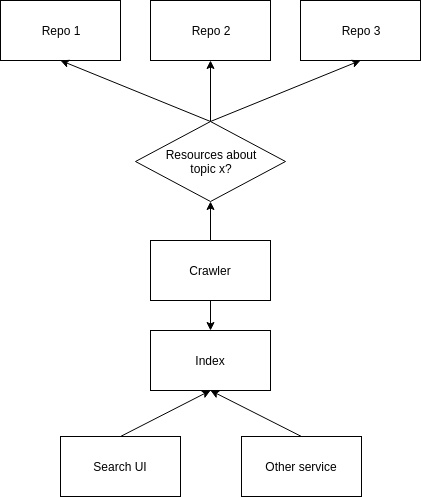
The draw.io diagram images/2019-05-15-skohub/repo-approach.png in hbz/lobid-blog, before a commit. Source tidied: cells renumbered, new cells last; positions are measured from the earlier drawing's top-left corner, leaving out a move shared by most shapes. Its diagram source:
```xml
<mxGraphModel>
  <root>
    <mxCell id="0" />
    <mxCell id="1" parent="0" />
    <mxCell id="2" value="Repo 1" style="rounded=0;whiteSpace=wrap;html=1;" parent="1" vertex="1">
      <mxGeometry width="120" height="60" as="geometry" />
    </mxCell>
    <mxCell id="3" value="Repo 2&lt;br&gt;" style="rounded=0;whiteSpace=wrap;html=1;" parent="1" vertex="1">
      <mxGeometry x="150" width="120" height="60" as="geometry" />
    </mxCell>
    <mxCell id="4" value="Repo 3&lt;br&gt;" style="rounded=0;whiteSpace=wrap;html=1;" parent="1" vertex="1">
      <mxGeometry x="300" width="120" height="60" as="geometry" />
    </mxCell>
    <mxCell id="5" style="rounded=0;jettySize=auto;html=1;exitX=0.5;exitY=0;exitDx=0;exitDy=0;entryX=0.5;entryY=1;entryDx=0;entryDy=0;" parent="1" edge="1" source="8" target="2">
      <mxGeometry relative="1" as="geometry" />
    </mxCell>
    <mxCell id="6" style="edgeStyle=none;rounded=0;jettySize=auto;html=1;exitX=0.5;exitY=0;exitDx=0;exitDy=0;entryX=0.5;entryY=1;entryDx=0;entryDy=0;" parent="1" edge="1" source="8" target="3">
      <mxGeometry relative="1" as="geometry" />
    </mxCell>
    <mxCell id="7" style="edgeStyle=none;rounded=0;jettySize=auto;html=1;exitX=0.5;exitY=0;exitDx=0;exitDy=0;entryX=0.5;entryY=1;entryDx=0;entryDy=0;" parent="1" edge="1" source="8" target="4">
      <mxGeometry relative="1" as="geometry" />
    </mxCell>
    <mxCell id="8" value="Resources about&lt;br&gt;topic x?&lt;br&gt;" style="rhombus;whiteSpace=wrap;html=1;" parent="1" vertex="1">
      <mxGeometry x="135" y="121" width="150" height="80" as="geometry" />
    </mxCell>
    <mxCell id="9" style="edgeStyle=none;rounded=0;jettySize=auto;html=1;exitX=0.5;exitY=0;exitDx=0;exitDy=0;entryX=0.5;entryY=1;entryDx=0;entryDy=0;" parent="1" edge="1" source="11" target="8">
      <mxGeometry relative="1" as="geometry" />
    </mxCell>
    <mxCell id="10" style="edgeStyle=none;rounded=0;jettySize=auto;html=1;exitX=0.5;exitY=1;exitDx=0;exitDy=0;entryX=0.5;entryY=0;entryDx=0;entryDy=0;" parent="1" edge="1" source="11" target="12">
      <mxGeometry relative="1" as="geometry" />
    </mxCell>
    <mxCell id="11" value="Crawler" style="rounded=0;whiteSpace=wrap;html=1;" parent="1" vertex="1">
      <mxGeometry x="150" y="240" width="120" height="60" as="geometry" />
    </mxCell>
    <mxCell id="12" value="Index" style="rounded=0;whiteSpace=wrap;html=1;" parent="1" vertex="1">
      <mxGeometry x="150" y="330" width="120" height="60" as="geometry" />
    </mxCell>
    <mxCell id="13" style="edgeStyle=none;rounded=0;jettySize=auto;html=1;exitX=0.5;exitY=0;exitDx=0;exitDy=0;entryX=0.5;entryY=1;entryDx=0;entryDy=0;" parent="1" edge="1" source="14" target="12">
      <mxGeometry relative="1" as="geometry" />
    </mxCell>
    <mxCell id="14" value="Search UI" style="rounded=0;whiteSpace=wrap;html=1;" parent="1" vertex="1">
      <mxGeometry x="60" y="436" width="120" height="60" as="geometry" />
    </mxCell>
    <mxCell id="15" style="edgeStyle=none;rounded=0;jettySize=auto;html=1;exitX=0.5;exitY=0;exitDx=0;exitDy=0;entryX=0.5;entryY=1;entryDx=0;entryDy=0;" parent="1" edge="1" source="16" target="12">
      <mxGeometry relative="1" as="geometry" />
    </mxCell>
    <mxCell id="16" value="Other service" style="rounded=0;whiteSpace=wrap;html=1;" parent="1" vertex="1">
      <mxGeometry x="241" y="436" width="120" height="60" as="geometry" />
    </mxCell>
  </root>
</mxGraphModel>
```
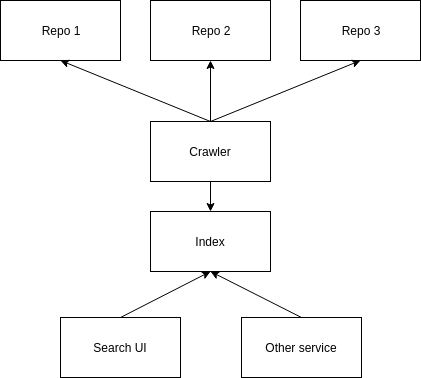
The same file after the commit.

Commit message:
Add an advantage and some phrasing improvements

What changed in the source:
```diff
@@ -3,29 +3,29 @@
     <mxCell id="0" />
     <mxCell id="1" parent="0" />
     <mxCell id="2" value="Repo 1" style="rounded=0;whiteSpace=wrap;html=1;" parent="1" vertex="1">
-      <mxGeometry width="120" height="60" as="geometry" />
+      <mxGeometry y="119" width="120" height="60" as="geometry" />
     </mxCell>
     <mxCell id="3" value="Repo 2&lt;br&gt;" style="rounded=0;whiteSpace=wrap;html=1;" parent="1" vertex="1">
-      <mxGeometry x="150" width="120" height="60" as="geometry" />
+      <mxGeometry x="150" y="119" width="120" height="60" as="geometry" />
     </mxCell>
     <mxCell id="4" value="Repo 3&lt;br&gt;" style="rounded=0;whiteSpace=wrap;html=1;" parent="1" vertex="1">
-      <mxGeometry x="300" width="120" height="60" as="geometry" />
+      <mxGeometry x="300" y="119" width="120" height="60" as="geometry" />
     </mxCell>
-    <mxCell id="5" style="rounded=0;jettySize=auto;html=1;exitX=0.5;exitY=0;exitDx=0;exitDy=0;entryX=0.5;entryY=1;entryDx=0;entryDy=0;" parent="1" edge="1" source="8" target="2">
-      <mxGeometry relative="1" as="geometry" />
+    <mxCell id="5" style="rounded=0;jettySize=auto;html=1;entryX=0.5;entryY=1;entryDx=0;entryDy=0;" parent="1" edge="1" target="2">
+      <mxGeometry relative="1" as="geometry">
+        <mxPoint x="210" y="240" as="sourcePoint" />
+      </mxGeometry>
     </mxCell>
-    <mxCell id="6" style="edgeStyle=none;rounded=0;jettySize=auto;html=1;exitX=0.5;exitY=0;exitDx=0;exitDy=0;entryX=0.5;entryY=1;entryDx=0;entryDy=0;" parent="1" edge="1" source="8" target="3">
-      <mxGeometry relative="1" as="geometry" />
+    <mxCell id="6" style="edgeStyle=none;rounded=0;jettySize=auto;html=1;exitX=0.5;exitY=0;exitDx=0;exitDy=0;entryX=0.5;entryY=1;entryDx=0;entryDy=0;" parent="1" edge="1" target="3">
+      <mxGeometry relative="1" as="geometry">
+        <mxPoint x="210" y="240" as="sourcePoint" />
+      </mxGeometry>
     </mxCell>
-    <mxCell id="7" style="edgeStyle=none;rounded=0;jettySize=auto;html=1;exitX=0.5;exitY=0;exitDx=0;exitDy=0;entryX=0.5;entryY=1;entryDx=0;entryDy=0;" parent="1" edge="1" source="8" target="4">
-      <mxGeometry relative="1" as="geometry" />
+    <mxCell id="7" style="edgeStyle=none;rounded=0;jettySize=auto;html=1;exitX=0.5;exitY=0;exitDx=0;exitDy=0;entryX=0.5;entryY=1;entryDx=0;entryDy=0;" parent="1" edge="1" target="4">
+      <mxGeometry relative="1" as="geometry">
+        <mxPoint x="210" y="240" as="sourcePoint" />
+      </mxGeometry>
     </mxCell>
-    <mxCell id="8" value="Resources about&lt;br&gt;topic x?&lt;br&gt;" style="rhombus;whiteSpace=wrap;html=1;" parent="1" vertex="1">
-      <mxGeometry x="135" y="121" width="150" height="80" as="geometry" />
-    </mxCell>
-    <mxCell id="9" style="edgeStyle=none;rounded=0;jettySize=auto;html=1;exitX=0.5;exitY=0;exitDx=0;exitDy=0;entryX=0.5;entryY=1;entryDx=0;entryDy=0;" parent="1" edge="1" source="11" target="8">
-      <mxGeometry relative="1" as="geometry" />
-    </mxCell>
     <mxCell id="10" style="edgeStyle=none;rounded=0;jettySize=auto;html=1;exitX=0.5;exitY=1;exitDx=0;exitDy=0;entryX=0.5;entryY=0;entryDx=0;entryDy=0;" parent="1" edge="1" source="11" target="12">
       <mxGeometry relative="1" as="geometry" />
     </mxCell>
```
